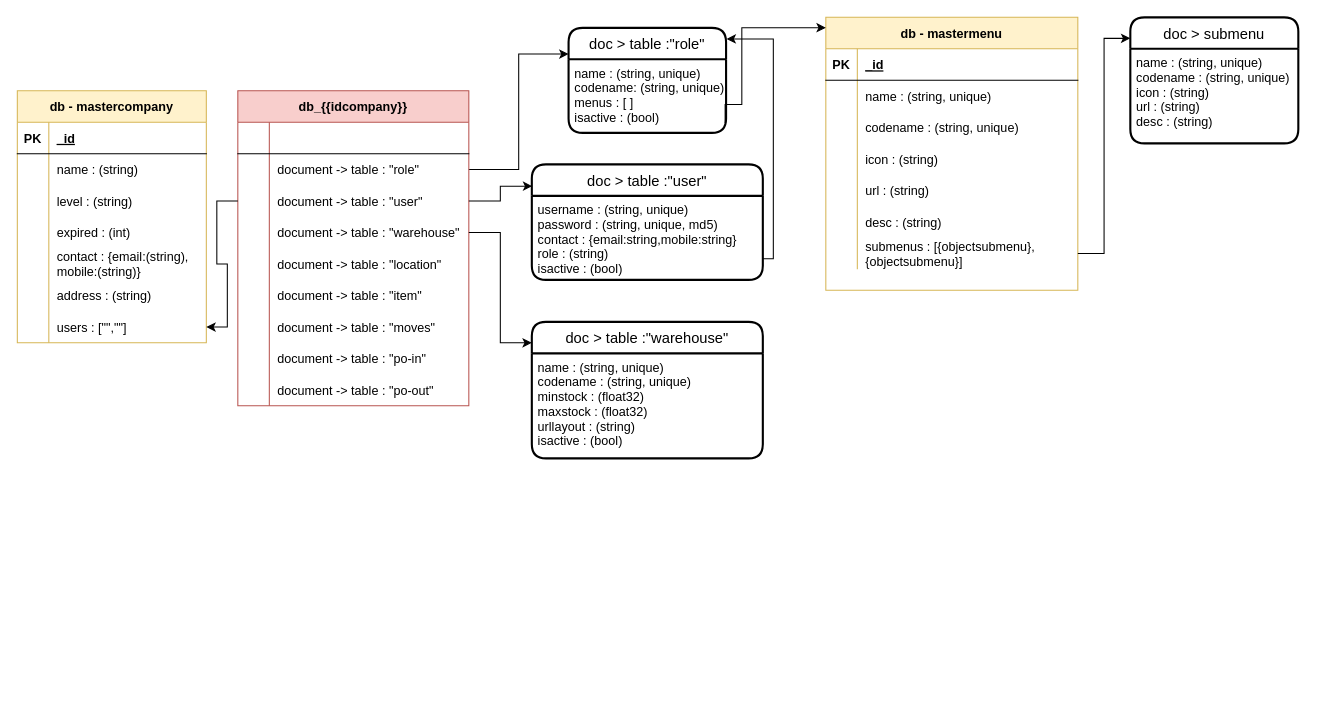
salomo07/wmsserver keeps this draw.io diagram as Untitled Diagram.drawio. Above is the earlier version. Source tidied: cells renumbered, new cells numbered last; positions are measured from the earlier drawing's top-left corner, leaving out a move shared by most shapes. Both pictures are drawn from the tidied source at 105%, with x=0, y=0 at pixel (17, 17).
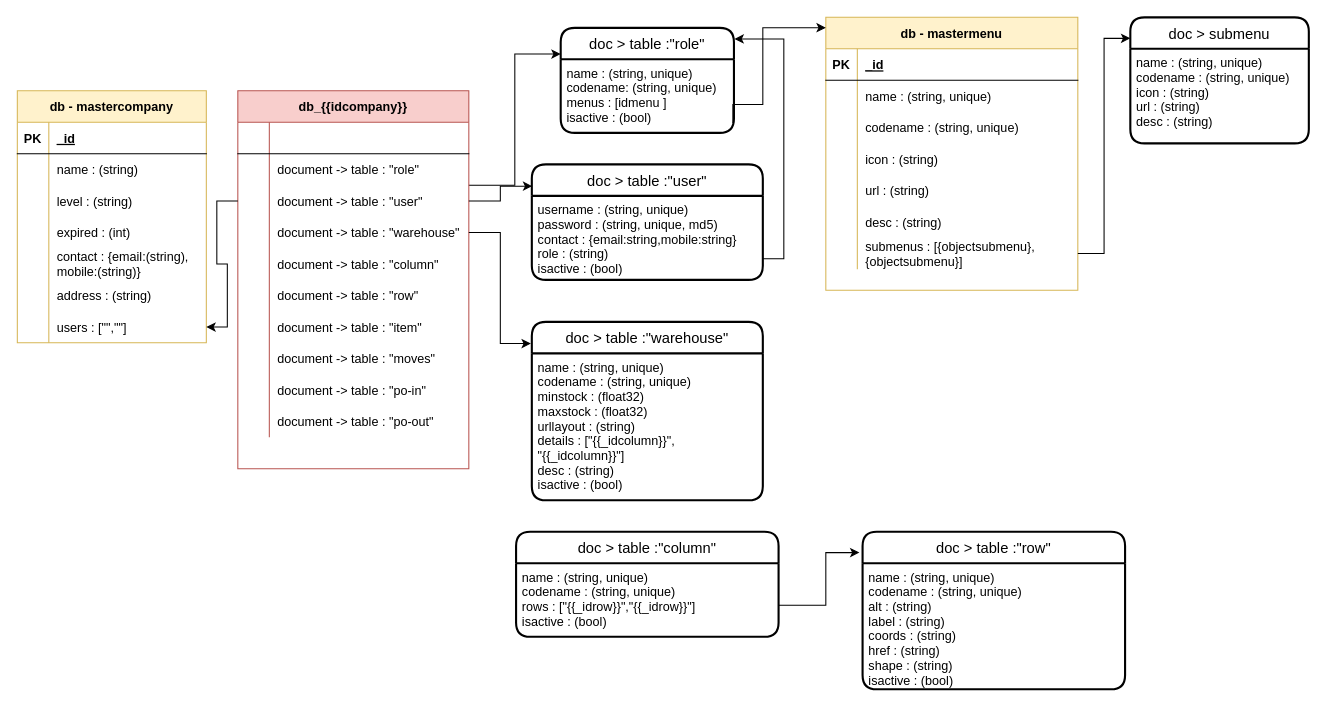
The same page after the edit.

The change refers to these unchanged cells:
```xml
<mxCell id="35" style="shape=tableRow;horizontal=0;startSize=0;swimlaneHead=0;swimlaneBody=0;fillColor=none;points=[[0,0.5],[1,0.5]];portConstraint=eastwest;top=0;left=0;right=0;bottom=0;" parent="25" vertex="1">
  <mxGeometry y="120" width="220" height="30" as="geometry" />
</mxCell>
<mxCell id="38" style="shape=tableRow;horizontal=0;startSize=0;swimlaneHead=0;swimlaneBody=0;fillColor=none;top=0;left=0;right=0;bottom=0;" parent="25" vertex="1">
  <mxGeometry y="150" width="220" height="30" as="geometry" />
</mxCell>
<mxCell id="41" style="shape=tableRow;horizontal=0;startSize=0;swimlaneHead=0;swimlaneBody=0;fillColor=none;top=0;left=0;right=0;bottom=0;" parent="25" vertex="1">
  <mxGeometry y="180" width="220" height="30" as="geometry" />
</mxCell>
<mxCell id="44" style="shape=tableRow;horizontal=0;startSize=0;swimlaneHead=0;swimlaneBody=0;fillColor=none;top=0;left=0;right=0;bottom=0;" parent="25" vertex="1">
  <mxGeometry y="210" width="220" height="30" as="geometry" />
</mxCell>
<mxCell id="47" style="shape=tableRow;horizontal=0;startSize=0;swimlaneHead=0;swimlaneBody=0;fillColor=none;top=0;left=0;right=0;bottom=0;" parent="25" vertex="1">
  <mxGeometry y="240" width="220" height="30" as="geometry" />
</mxCell>
<mxCell id="50" style="shape=tableRow;horizontal=0;startSize=0;swimlaneHead=0;swimlaneBody=0;fillColor=none;top=0;left=0;right=0;bottom=0;" parent="25" vertex="1">
  <mxGeometry y="270" width="220" height="30" as="geometry" />
</mxCell>
<mxCell id="54" value="username : (string, unique)&#10;password : (string, unique, md5)&#10;contact : {email:string,mobile:string}&#10;role : (string)&#10;isactive : (bool)&#10;" style="align=left;strokeColor=none;fillColor=none;spacingLeft=4;fontSize=12;verticalAlign=top;" parent="53" vertex="1">
  <mxGeometry y="30" width="220" height="80" as="geometry" />
</mxCell>
<mxCell id="55" value="db - mastermenu" style="shape=table;startSize=30;childLayout=tableLayout;rowLines=0;fontStyle=1;align=center;fillColor=#fff2cc;strokeColor=#d6b656;" parent="1" vertex="1">
  <mxGeometry x="770" width="240" height="260" as="geometry" />
</mxCell>
```

What changed in the source:
```diff
@@
     <mxCell id="25" value="db_{{idcompany}}" style="shape=table;startSize=30;childLayout=tableLayout;rowLines=0;fontStyle=1;align=center;fillColor=#f8cecc;strokeColor=#b85450;" parent="1" vertex="1">
-      <mxGeometry x="210" y="70" width="220" height="300" as="geometry" />
+      <mxGeometry x="210" y="70" width="220" height="360" as="geometry" />
     </mxCell>
@@
-    <mxCell id="40" value="document -&gt; table : &quot;location&quot;" style="shape=partialRectangle;fillColor=none;top=0;left=0;bottom=0;right=0;align=left;spacingLeft=6;overflow=hidden;" parent="38" vertex="1">
+    <mxCell id="40" value="document -&gt; table : &quot;column&quot;" style="shape=partialRectangle;fillColor=none;top=0;left=0;bottom=0;right=0;align=left;spacingLeft=6;overflow=hidden;" parent="38" vertex="1">
       <mxGeometry x="30" width="190" height="30" as="geometry" />
     </mxCell>
@@
-    <mxCell id="43" value="document -&gt; table : &quot;item&quot;" style="shape=partialRectangle;fillColor=none;top=0;left=0;bottom=0;right=0;align=left;spacingLeft=6;overflow=hidden;" parent="41" vertex="1">
+    <mxCell id="43" value="document -&gt; table : &quot;row&quot;" style="shape=partialRectangle;fillColor=none;top=0;left=0;bottom=0;right=0;align=left;spacingLeft=6;overflow=hidden;" parent="41" vertex="1">
       <mxGeometry x="30" width="190" height="30" as="geometry" />
     </mxCell>
@@
-    <mxCell id="46" value="document -&gt; table : &quot;moves&quot;" style="shape=partialRectangle;fillColor=none;top=0;left=0;bottom=0;right=0;align=left;spacingLeft=6;overflow=hidden;" parent="44" vertex="1">
+    <mxCell id="46" value="document -&gt; table : &quot;item&quot;" style="shape=partialRectangle;fillColor=none;top=0;left=0;bottom=0;right=0;align=left;spacingLeft=6;overflow=hidden;" parent="44" vertex="1">
       <mxGeometry x="30" width="190" height="30" as="geometry" />
     </mxCell>
@@
-    <mxCell id="49" value="document -&gt; table : &quot;po-in&quot;" style="shape=partialRectangle;fillColor=none;top=0;left=0;bottom=0;right=0;align=left;spacingLeft=6;overflow=hidden;" parent="47" vertex="1">
+    <mxCell id="49" value="document -&gt; table : &quot;moves&quot;" style="shape=partialRectangle;fillColor=none;top=0;left=0;bottom=0;right=0;align=left;spacingLeft=6;overflow=hidden;" parent="47" vertex="1">
       <mxGeometry x="30" width="190" height="30" as="geometry" />
     </mxCell>
@@
-    <mxCell id="52" value="document -&gt; table : &quot;po-out&quot;" style="shape=partialRectangle;fillColor=none;top=0;left=0;bottom=0;right=0;align=left;spacingLeft=6;overflow=hidden;" parent="50" vertex="1">
+    <mxCell id="52" value="document -&gt; table : &quot;po-in&quot;" style="shape=partialRectangle;fillColor=none;top=0;left=0;bottom=0;right=0;align=left;spacingLeft=6;overflow=hidden;" parent="50" vertex="1">
       <mxGeometry x="30" width="190" height="30" as="geometry" />
     </mxCell>
+    <mxCell id="89" style="shape=tableRow;horizontal=0;startSize=0;swimlaneHead=0;swimlaneBody=0;fillColor=none;top=0;left=0;right=0;bottom=0;" parent="25" vertex="1">
+      <mxGeometry y="300" width="220" height="30" as="geometry" />
+    </mxCell>
+    <mxCell id="90" style="shape=partialRectangle;fillColor=none;top=0;left=0;bottom=0;right=0;overflow=hidden;" parent="89" vertex="1">
+      <mxGeometry width="30" height="30" as="geometry" />
+    </mxCell>
+    <mxCell id="91" value="document -&gt; table : &quot;po-out&quot;" style="shape=partialRectangle;fillColor=none;top=0;left=0;bottom=0;right=0;align=left;spacingLeft=6;overflow=hidden;" parent="89" vertex="1">
+      <mxGeometry x="30" width="190" height="30" as="geometry" />
+    </mxCell>
@@
     <mxCell id="77" value="doc &gt; table :&quot;role&quot;" style="swimlane;horizontal=1;startSize=30;rounded=1;fontSize=14;fontStyle=0;strokeWidth=2;shadow=0;dashed=0;align=center;" parent="1" vertex="1">
-      <mxGeometry x="525" y="10" width="150" height="100" as="geometry" />
+      <mxGeometry x="517.5" y="10" width="165" height="100" as="geometry" />
     </mxCell>
-    <mxCell id="78" value="name : (string, unique)&#10;codename: (string, unique)&#10;menus : [ ]&#10;isactive : (bool)&#10;" style="align=left;strokeColor=none;fillColor=none;spacingLeft=4;fontSize=12;verticalAlign=top;" parent="77" vertex="1">
-      <mxGeometry y="30" width="150" height="70" as="geometry" />
+    <mxCell id="78" value="name : (string, unique)&#10;codename: (string, unique)&#10;menus : [idmenu ]&#10;isactive : (bool)&#10;" style="align=left;strokeColor=none;fillColor=none;spacingLeft=4;fontSize=12;verticalAlign=top;" parent="77" vertex="1">
+      <mxGeometry y="30" width="165" height="70" as="geometry" />
     </mxCell>
     <mxCell id="79" style="edgeStyle=orthogonalEdgeStyle;rounded=0;jettySize=auto;html=1;exitX=1;exitY=0.75;exitDx=0;exitDy=0;entryX=1.003;entryY=0.106;entryDx=0;entryDy=0;entryPerimeter=0;" parent="1" edge="1" source="54" target="77">
       <mxGeometry relative="1" as="geometry">
         <Array as="points">
-          <mxPoint x="720" y="230" />
-          <mxPoint x="720" y="21" />
+          <mxPoint x="730" y="230" />
+          <mxPoint x="730" y="21" />
         </Array>
       </mxGeometry>
     </mxCell>
     <mxCell id="80" style="edgeStyle=orthogonalEdgeStyle;rounded=0;jettySize=auto;html=1;exitX=0.994;exitY=0.865;exitDx=0;exitDy=0;exitPerimeter=0;entryX=0;entryY=0.038;entryDx=0;entryDy=0;entryPerimeter=0;" parent="1" edge="1" source="78" target="55">
       <mxGeometry relative="1" as="geometry">
         <Array as="points">
-          <mxPoint x="690" y="83" />
-          <mxPoint x="690" y="10" />
+          <mxPoint x="682" y="83" />
+          <mxPoint x="710" y="83" />
+          <mxPoint x="710" y="10" />
         </Array>
       </mxGeometry>
     </mxCell>
@@
     <mxCell id="82" value="doc &gt; submenu" style="swimlane;horizontal=1;startSize=30;rounded=1;fontSize=14;fontStyle=0;strokeWidth=2;shadow=0;dashed=0;align=center;" parent="1" vertex="1">
-      <mxGeometry x="1060" width="160" height="120" as="geometry" />
+      <mxGeometry x="1060" width="170" height="120" as="geometry" />
     </mxCell>
     <mxCell id="83" value="name : (string, unique)&#10;codename : (string, unique)&#10;icon : (string)&#10;url : (string)&#10;desc : (string)" style="align=left;strokeColor=none;fillColor=none;spacingLeft=4;fontSize=12;verticalAlign=top;" parent="82" vertex="1">
-      <mxGeometry y="30" width="160" height="90" as="geometry" />
+      <mxGeometry y="30" width="170" height="90" as="geometry" />
     </mxCell>
@@
     <mxCell id="86" value="doc &gt; table :&quot;warehouse&quot;" style="swimlane;horizontal=1;startSize=30;rounded=1;fontSize=14;fontStyle=0;strokeWidth=2;shadow=0;dashed=0;align=center;" parent="1" vertex="1">
-      <mxGeometry x="490" y="290" width="220" height="130" as="geometry" />
+      <mxGeometry x="490" y="290" width="220" height="170" as="geometry" />
     </mxCell>
-    <mxCell id="87" value="name : (string, unique)&#10;codename : (string, unique)&#10;minstock : (float32)&#10;maxstock : (float32)&#10;urllayout : (string)&#10;isactive : (bool)" style="align=left;strokeColor=none;fillColor=none;spacingLeft=4;fontSize=12;verticalAlign=top;" parent="86" vertex="1">
-      <mxGeometry y="30" width="220" height="100" as="geometry" />
+    <mxCell id="87" value="name : (string, unique)&#10;codename : (string, unique)&#10;minstock : (float32)&#10;maxstock : (float32)&#10;urllayout : (string)&#10;details : [&quot;{{_idcolumn}}&quot;,&#10;&quot;{{_idcolumn}}&quot;]&#10;desc : (string)&#10;isactive : (bool)" style="align=left;strokeColor=none;fillColor=none;spacingLeft=4;fontSize=12;verticalAlign=top;" parent="86" vertex="1">
+      <mxGeometry y="30" width="220" height="140" as="geometry" />
     </mxCell>
-    <mxCell id="88" style="edgeStyle=orthogonalEdgeStyle;rounded=0;jettySize=auto;html=1;exitX=1;exitY=0.5;exitDx=0;exitDy=0;entryX=0;entryY=0.154;entryDx=0;entryDy=0;entryPerimeter=0;" parent="1" edge="1" source="35" target="86">
+    <mxCell id="88" style="edgeStyle=orthogonalEdgeStyle;rounded=0;jettySize=auto;html=1;exitX=1;exitY=0.5;exitDx=0;exitDy=0;entryX=-0.004;entryY=0.122;entryDx=0;entryDy=0;entryPerimeter=0;" parent="1" edge="1" source="35" target="86">
       <mxGeometry relative="1" as="geometry" />
     </mxCell>
+    <mxCell id="92" style="edgeStyle=orthogonalEdgeStyle;rounded=0;jettySize=auto;html=1;entryX=-0.012;entryY=0.132;entryDx=0;entryDy=0;entryPerimeter=0;" parent="1" edge="1" source="93" target="95">
+      <mxGeometry relative="1" as="geometry">
+        <Array as="points">
+          <mxPoint x="770" y="560" />
+          <mxPoint x="770" y="510" />
+        </Array>
+      </mxGeometry>
+    </mxCell>
+    <mxCell id="93" value="doc &gt; table :&quot;column&quot;" style="swimlane;horizontal=1;startSize=30;rounded=1;fontSize=14;fontStyle=0;strokeWidth=2;shadow=0;dashed=0;align=center;" parent="1" vertex="1">
+      <mxGeometry x="475" y="490" width="250" height="100" as="geometry" />
+    </mxCell>
+    <mxCell id="94" value="name : (string, unique)&#10;codename : (string, unique)&#10;rows : [&quot;{{_idrow}}&quot;,&quot;{{_idrow}}&quot;]&#10;isactive : (bool)" style="align=left;strokeColor=none;fillColor=none;spacingLeft=4;fontSize=12;verticalAlign=top;" parent="93" vertex="1">
+      <mxGeometry y="30" width="250" height="70" as="geometry" />
+    </mxCell>
+    <mxCell id="95" value="doc &gt; table :&quot;row&quot;" style="swimlane;horizontal=1;startSize=30;rounded=1;fontSize=14;fontStyle=0;strokeWidth=2;shadow=0;dashed=0;align=center;" parent="1" vertex="1">
+      <mxGeometry x="805" y="490" width="250" height="150" as="geometry" />
+    </mxCell>
+    <mxCell id="96" value="name : (string, unique)&#10;codename : (string, unique)&#10;alt : (string)&#10;label : (string)&#10;coords : (string)&#10;href : (string)&#10;shape : (string)&#10;isactive : (bool)" style="align=left;strokeColor=none;fillColor=none;spacingLeft=4;fontSize=12;verticalAlign=top;" parent="95" vertex="1">
+      <mxGeometry y="30" width="250" height="120" as="geometry" />
+    </mxCell>
```
